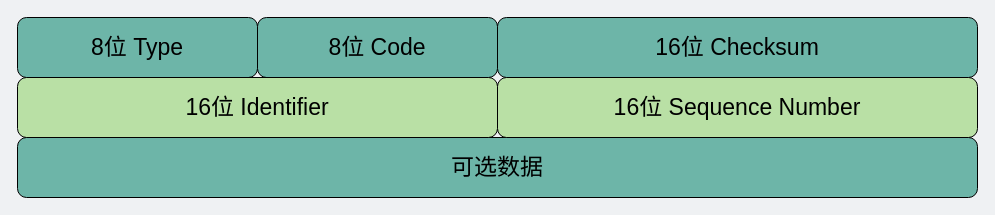
This is network/ping报头.drawio from xiaobaiTech/image, a draw.io file, before an edit. Source tidied: cells renumbered, new cells numbered last; positions are measured from the earlier drawing's top-left corner, leaving out a move shared by most shapes. Both pictures are drawn from the tidied source at 100%, with x=0, y=0 at pixel (17, 17).
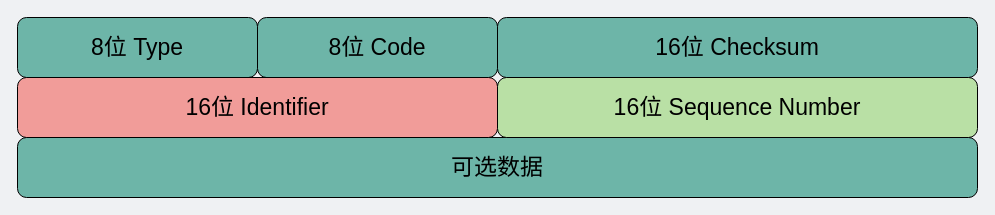
The same page after the edit.

Diff of the diagram source:
```diff
@@
 <mxGraphModel background="#EFF1F3">
   <root>
     <mxCell id="0" />
     <mxCell id="1" parent="0" />
     <mxCell id="2" value="&lt;font style=&quot;font-size: 23px;&quot;&gt;可选数据&lt;/font&gt;" style="rounded=1;whiteSpace=wrap;html=1;fontSize=23;fillColor=#6DB5A8;" parent="1" vertex="1">
       <mxGeometry y="120" width="960" height="60" as="geometry" />
     </mxCell>
     <mxCell id="3" value="&lt;font style=&quot;font-size: 23px&quot;&gt;8位 Type&lt;/font&gt;" style="rounded=1;whiteSpace=wrap;html=1;fontSize=23;fillColor=#6DB5A8;" parent="1" vertex="1">
       <mxGeometry width="240" height="60" as="geometry" />
     </mxCell>
     <mxCell id="4" value="&lt;font style=&quot;font-size: 23px&quot;&gt;8位 Code&lt;/font&gt;" style="rounded=1;whiteSpace=wrap;html=1;fontSize=23;fillColor=#6DB5A8;" parent="1" vertex="1">
       <mxGeometry x="240" width="240" height="60" as="geometry" />
     </mxCell>
     <mxCell id="5" value="&lt;font style=&quot;font-size: 23px&quot;&gt;16位 Checksum&lt;/font&gt;" style="rounded=1;whiteSpace=wrap;html=1;fontSize=23;fillColor=#6DB5A8;" parent="1" vertex="1">
       <mxGeometry x="480" width="480" height="60" as="geometry" />
     </mxCell>
-    <mxCell id="6" value="&lt;font style=&quot;font-size: 23px&quot;&gt;16位 Identifier&lt;/font&gt;" style="rounded=1;whiteSpace=wrap;html=1;fontSize=23;fillColor=#B9E0A5;" parent="1" vertex="1">
+    <mxCell id="6" value="&lt;font style=&quot;font-size: 23px&quot;&gt;16位 Identifier&lt;/font&gt;" style="rounded=1;whiteSpace=wrap;html=1;fontSize=23;fillColor=#F19C99;" parent="1" vertex="1">
       <mxGeometry y="60" width="480" height="60" as="geometry" />
     </mxCell>
     <mxCell id="7" value="&lt;font style=&quot;font-size: 23px&quot;&gt;16位 Sequence Number&lt;/font&gt;" style="rounded=1;whiteSpace=wrap;html=1;fontSize=23;fillColor=#B9E0A5;" parent="1" vertex="1">
       <mxGeometry x="480" y="60" width="480" height="60" as="geometry" />
     </mxCell>
   </root>
 </mxGraphModel>
```
